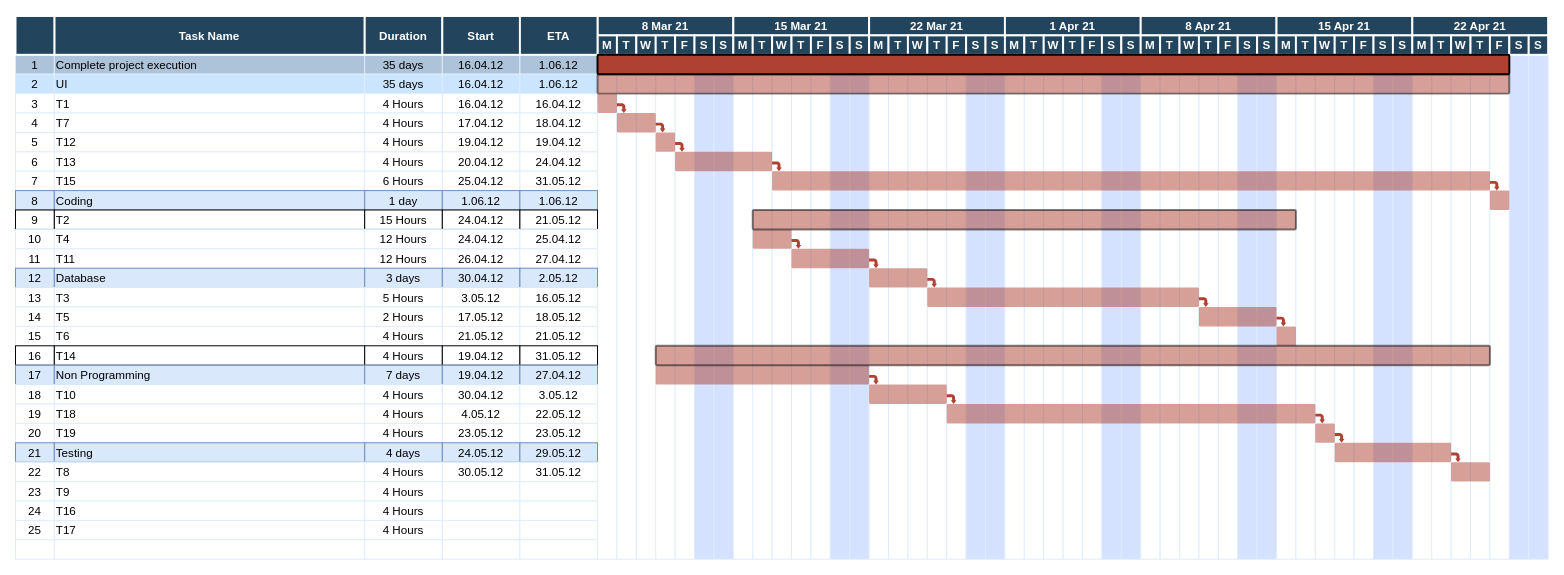
Before: GanttChart.drawio in UEAHealthTracker/HealthTracker, a draw.io diagram. Source tidied: cells renumbered, new cells numbered last; positions are measured from the earlier drawing's top-left corner, leaving out a move shared by most shapes. Both pictures are drawn from the tidied source at 97%, with x=0, y=0 at pixel (15, 16).
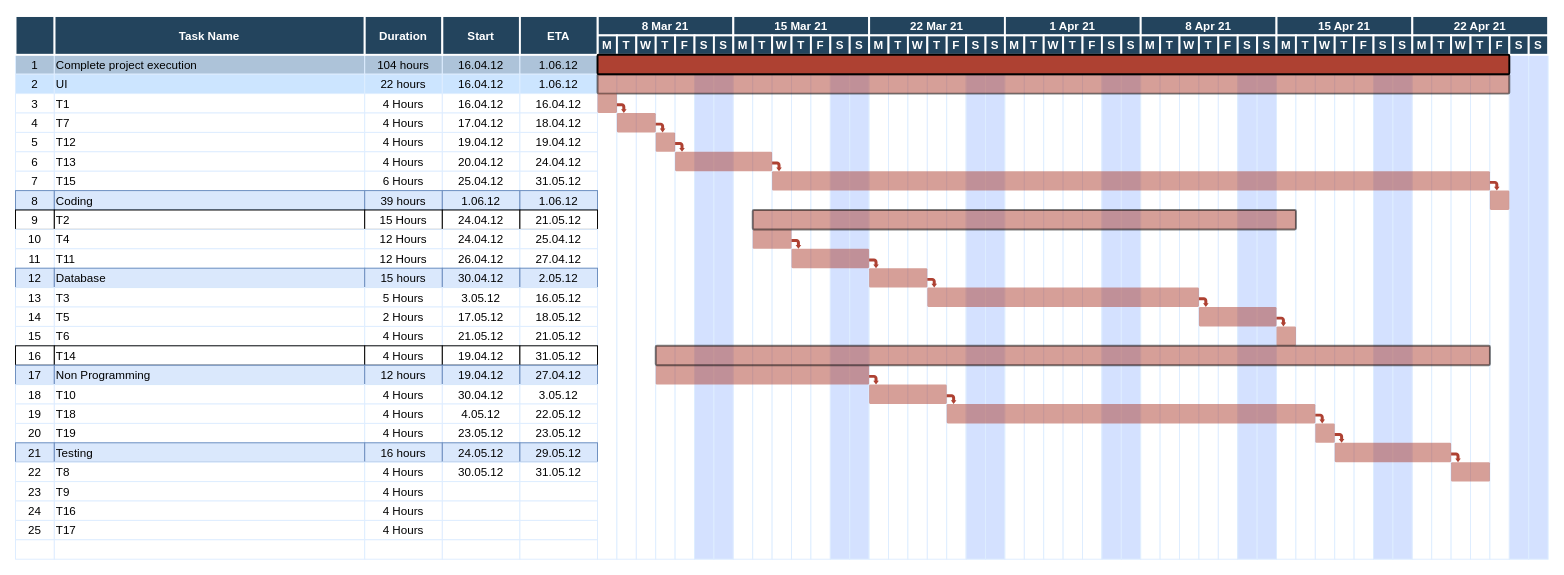
The same diagram, later.

What changed in the source:
```diff
@@
-    <mxCell id="4" value="35 days" style="strokeColor=#DEEDFF;fillColor=#ADC3D9;" parent="1" vertex="1">
+    <mxCell id="4" value="104 hours" style="strokeColor=#DEEDFF;fillColor=#ADC3D9;" parent="1" vertex="1">
       <mxGeometry x="360.5" y="40" width="80" height="20" as="geometry" />
     </mxCell>
@@
-    <mxCell id="10" value="35 days" style="strokeColor=#DEEDFF;fillColor=#CCE5FF;" parent="1" vertex="1">
+    <mxCell id="10" value="22 hours" style="strokeColor=#DEEDFF;fillColor=#CCE5FF;" parent="1" vertex="1">
       <mxGeometry x="360.5" y="60" width="80" height="20" as="geometry" />
     </mxCell>
@@
-    <mxCell id="40" value="1 day" style="strokeColor=#6c8ebf;fillColor=#dae8fc;" parent="1" vertex="1">
+    <mxCell id="40" value="39 hours" style="strokeColor=#6c8ebf;fillColor=#dae8fc;" parent="1" vertex="1">
       <mxGeometry x="360.5" y="180" width="80" height="20" as="geometry" />
     </mxCell>
@@
-    <mxCell id="60" value="3 days" style="strokeColor=#6c8ebf;fillColor=#dae8fc;" parent="1" vertex="1">
+    <mxCell id="60" value="15 hours" style="strokeColor=#6c8ebf;fillColor=#dae8fc;" parent="1" vertex="1">
       <mxGeometry x="360.5" y="260" width="80" height="20" as="geometry" />
     </mxCell>
@@
-    <mxCell id="85" value="7 days" style="strokeColor=#6c8ebf;fillColor=#dae8fc;" parent="1" vertex="1">
+    <mxCell id="85" value="12 hours" style="strokeColor=#6c8ebf;fillColor=#dae8fc;" parent="1" vertex="1">
       <mxGeometry x="360.5" y="360" width="80" height="20" as="geometry" />
     </mxCell>
@@
-    <mxCell id="105" value="4 days" style="strokeColor=#6c8ebf;fillColor=#dae8fc;" parent="1" vertex="1">
+    <mxCell id="105" value="16 hours" style="strokeColor=#6c8ebf;fillColor=#dae8fc;" parent="1" vertex="1">
       <mxGeometry x="360.5" y="440" width="80" height="20" as="geometry" />
     </mxCell>
```
